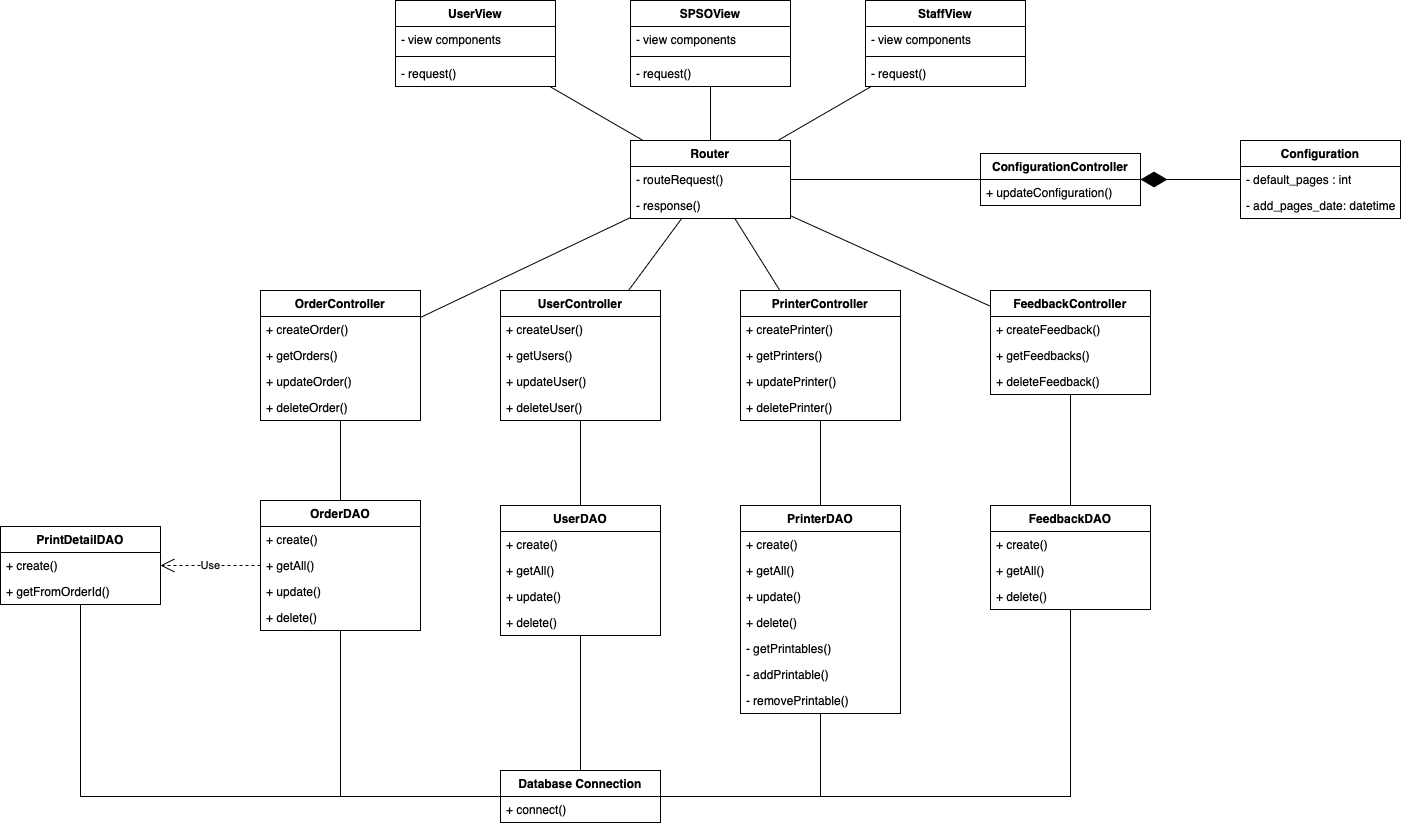
Earlier version of the draw.io export implementation-classes.drawio.png (blueonline07/test-somth). Source tidied: cells renumbered, new cells last; positions are measured from the earlier drawing's top-left corner, leaving out a move shared by most shapes.
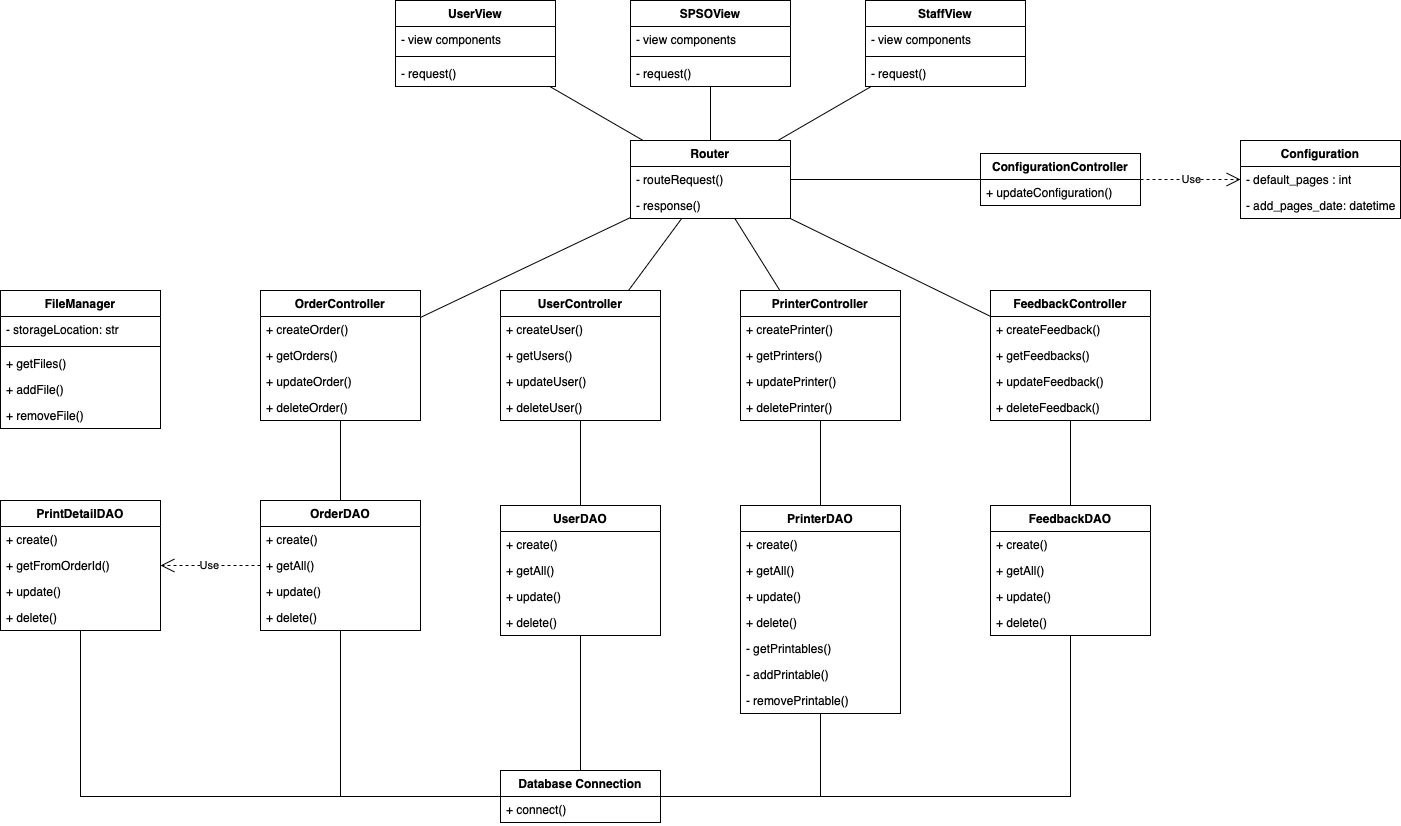
The same file after the commit.

The edit, as a diff of the source:
```diff
@@ -153,7 +153,7 @@
       <mxGeometry y="60" width="160" height="26" as="geometry" />
     </mxCell>
     <mxCell id="52" value="PrintDetailDAO" style="swimlane;fontStyle=1;align=center;verticalAlign=top;horizontal=1;startSize=26;whiteSpace=wrap;html=1;" parent="1" vertex="1">
-      <mxGeometry y="526" width="160" height="78" as="geometry" />
+      <mxGeometry y="500" width="160" height="130" as="geometry" />
     </mxCell>
     <mxCell id="53" value="+ create()" style="text;strokeColor=none;fillColor=none;align=left;verticalAlign=top;spacingLeft=4;spacingRight=4;overflow=hidden;whiteSpace=wrap;html=1;" parent="52" vertex="1">
       <mxGeometry y="26" width="160" height="26" as="geometry" />
@@ -161,6 +161,12 @@
     <mxCell id="54" value="+ getFromOrderId()" style="text;strokeColor=none;fillColor=none;align=left;verticalAlign=top;spacingLeft=4;spacingRight=4;overflow=hidden;whiteSpace=wrap;html=1;" parent="52" vertex="1">
       <mxGeometry y="52" width="160" height="26" as="geometry" />
     </mxCell>
+    <mxCell id="87" value="+ update()" style="text;strokeColor=none;fillColor=none;align=left;verticalAlign=top;spacingLeft=4;spacingRight=4;overflow=hidden;whiteSpace=wrap;html=1;" parent="52" vertex="1">
+      <mxGeometry y="78" width="160" height="26" as="geometry" />
+    </mxCell>
+    <mxCell id="88" value="+ delete()" style="text;strokeColor=none;fillColor=none;align=left;verticalAlign=top;spacingLeft=4;spacingRight=4;overflow=hidden;whiteSpace=wrap;html=1;" parent="52" vertex="1">
+      <mxGeometry y="104" width="160" height="26" as="geometry" />
+    </mxCell>
     <mxCell id="55" value="ConfigurationController" style="swimlane;fontStyle=1;align=center;verticalAlign=top;horizontal=1;startSize=26;whiteSpace=wrap;html=1;" parent="1" vertex="1">
       <mxGeometry x="980" y="153" width="160" height="52" as="geometry" />
     </mxCell>
@@ -200,9 +206,6 @@
     <mxCell id="67" style="endArrow=none;html=1;rounded=0;" parent="1" edge="1" source="24" target="7">
       <mxGeometry relative="1" as="geometry" />
     </mxCell>
-    <mxCell id="68" style="endArrow=diamondThin;endFill=1;endSize=24;html=1;rounded=0;" parent="1" edge="1" source="57" target="55">
-      <mxGeometry relative="1" as="geometry" />
-    </mxCell>
     <mxCell id="69" style="endArrow=none;html=1;rounded=0;" parent="1" edge="1" source="2" target="37">
       <mxGeometry relative="1" as="geometry" />
     </mxCell>
@@ -225,7 +228,7 @@
       <mxGeometry relative="1" as="geometry" />
     </mxCell>
     <mxCell id="76" value="FeedbackController" style="swimlane;fontStyle=1;align=center;verticalAlign=top;horizontal=1;startSize=26;whiteSpace=wrap;html=1;" parent="1" vertex="1">
-      <mxGeometry x="990" y="290" width="160" height="104" as="geometry" />
+      <mxGeometry x="990" y="290" width="160" height="130" as="geometry" />
     </mxCell>
     <mxCell id="77" value="+ createFeedback()" style="text;strokeColor=none;fillColor=none;align=left;verticalAlign=top;spacingLeft=4;spacingRight=4;overflow=hidden;whiteSpace=wrap;html=1;" parent="76" vertex="1">
       <mxGeometry y="26" width="160" height="26" as="geometry" />
@@ -233,14 +236,17 @@
     <mxCell id="78" value="+ getFeedbacks()" style="text;strokeColor=none;fillColor=none;align=left;verticalAlign=top;spacingLeft=4;spacingRight=4;overflow=hidden;whiteSpace=wrap;html=1;" parent="76" vertex="1">
       <mxGeometry y="52" width="160" height="26" as="geometry" />
     </mxCell>
+    <mxCell id="89" value="+ updateFeedback()" style="text;strokeColor=none;fillColor=none;align=left;verticalAlign=top;spacingLeft=4;spacingRight=4;overflow=hidden;whiteSpace=wrap;html=1;" parent="76" vertex="1">
+      <mxGeometry y="78" width="160" height="26" as="geometry" />
+    </mxCell>
     <mxCell id="79" value="+ deleteFeedback()" style="text;strokeColor=none;fillColor=none;align=left;verticalAlign=top;spacingLeft=4;spacingRight=4;overflow=hidden;whiteSpace=wrap;html=1;" parent="76" vertex="1">
-      <mxGeometry y="78" width="160" height="26" as="geometry" />
+      <mxGeometry y="104" width="160" height="26" as="geometry" />
     </mxCell>
     <mxCell id="80" style="endArrow=none;html=1;rounded=0;" parent="1" edge="1" source="76" target="37">
       <mxGeometry relative="1" as="geometry" />
     </mxCell>
     <mxCell id="81" value="FeedbackDAO" style="swimlane;fontStyle=1;align=center;verticalAlign=top;horizontal=1;startSize=26;whiteSpace=wrap;html=1;" parent="1" vertex="1">
-      <mxGeometry x="990" y="505" width="160" height="104" as="geometry" />
+      <mxGeometry x="990" y="505" width="160" height="130" as="geometry" />
     </mxCell>
     <mxCell id="82" value="+ create()" style="text;strokeColor=none;fillColor=none;align=left;verticalAlign=top;spacingLeft=4;spacingRight=4;overflow=hidden;whiteSpace=wrap;html=1;" parent="81" vertex="1">
       <mxGeometry y="26" width="160" height="26" as="geometry" />
@@ -248,8 +254,11 @@
     <mxCell id="83" value="+ getAll()" style="text;strokeColor=none;fillColor=none;align=left;verticalAlign=top;spacingLeft=4;spacingRight=4;overflow=hidden;whiteSpace=wrap;html=1;" parent="81" vertex="1">
       <mxGeometry y="52" width="160" height="26" as="geometry" />
     </mxCell>
+    <mxCell id="90" value="+ update()" style="text;strokeColor=none;fillColor=none;align=left;verticalAlign=top;spacingLeft=4;spacingRight=4;overflow=hidden;whiteSpace=wrap;html=1;" parent="81" vertex="1">
+      <mxGeometry y="78" width="160" height="26" as="geometry" />
+    </mxCell>
     <mxCell id="84" value="+ delete()" style="text;strokeColor=none;fillColor=none;align=left;verticalAlign=top;spacingLeft=4;spacingRight=4;overflow=hidden;whiteSpace=wrap;html=1;" parent="81" vertex="1">
-      <mxGeometry y="78" width="160" height="26" as="geometry" />
+      <mxGeometry y="104" width="160" height="26" as="geometry" />
     </mxCell>
     <mxCell id="85" style="endArrow=none;html=1;rounded=0;" parent="1" edge="1" source="81" target="76">
       <mxGeometry relative="1" as="geometry" />
@@ -261,5 +270,26 @@
         </Array>
       </mxGeometry>
     </mxCell>
+    <mxCell id="91" value="FileManager" style="swimlane;fontStyle=1;align=center;verticalAlign=top;horizontal=1;startSize=26;whiteSpace=wrap;html=1;" parent="1" vertex="1">
+      <mxGeometry y="290" width="160" height="138" as="geometry" />
+    </mxCell>
+    <mxCell id="92" value="- storageLocation: str" style="text;strokeColor=none;fillColor=none;align=left;verticalAlign=top;spacingLeft=4;spacingRight=4;overflow=hidden;whiteSpace=wrap;html=1;" parent="91" vertex="1">
+      <mxGeometry y="26" width="160" height="26" as="geometry" />
+    </mxCell>
+    <mxCell id="93" style="line;strokeWidth=1;fillColor=none;align=left;verticalAlign=middle;spacingTop=-1;spacingLeft=3;spacingRight=3;labelPosition=right;strokeColor=inherit;" parent="91" vertex="1">
+      <mxGeometry y="52" width="160" height="8" as="geometry" />
+    </mxCell>
+    <mxCell id="94" value="+ getFiles()" style="text;strokeColor=none;fillColor=none;align=left;verticalAlign=top;spacingLeft=4;spacingRight=4;overflow=hidden;whiteSpace=wrap;html=1;" parent="91" vertex="1">
+      <mxGeometry y="60" width="160" height="26" as="geometry" />
+    </mxCell>
+    <mxCell id="95" value="+ addFile()" style="text;strokeColor=none;fillColor=none;align=left;verticalAlign=top;spacingLeft=4;spacingRight=4;overflow=hidden;whiteSpace=wrap;html=1;" parent="91" vertex="1">
+      <mxGeometry y="86" width="160" height="26" as="geometry" />
+    </mxCell>
+    <mxCell id="96" value="+ removeFile()" style="text;strokeColor=none;fillColor=none;align=left;verticalAlign=top;spacingLeft=4;spacingRight=4;overflow=hidden;whiteSpace=wrap;html=1;" parent="91" vertex="1">
+      <mxGeometry y="112" width="160" height="26" as="geometry" />
+    </mxCell>
+    <mxCell id="97" value="Use" style="endArrow=open;endSize=12;dashed=1;html=1;rounded=0;" parent="1" edge="1" source="55" target="57">
+      <mxGeometry relative="1" as="geometry" />
+    </mxCell>
   </root>
 </mxGraphModel>
```
